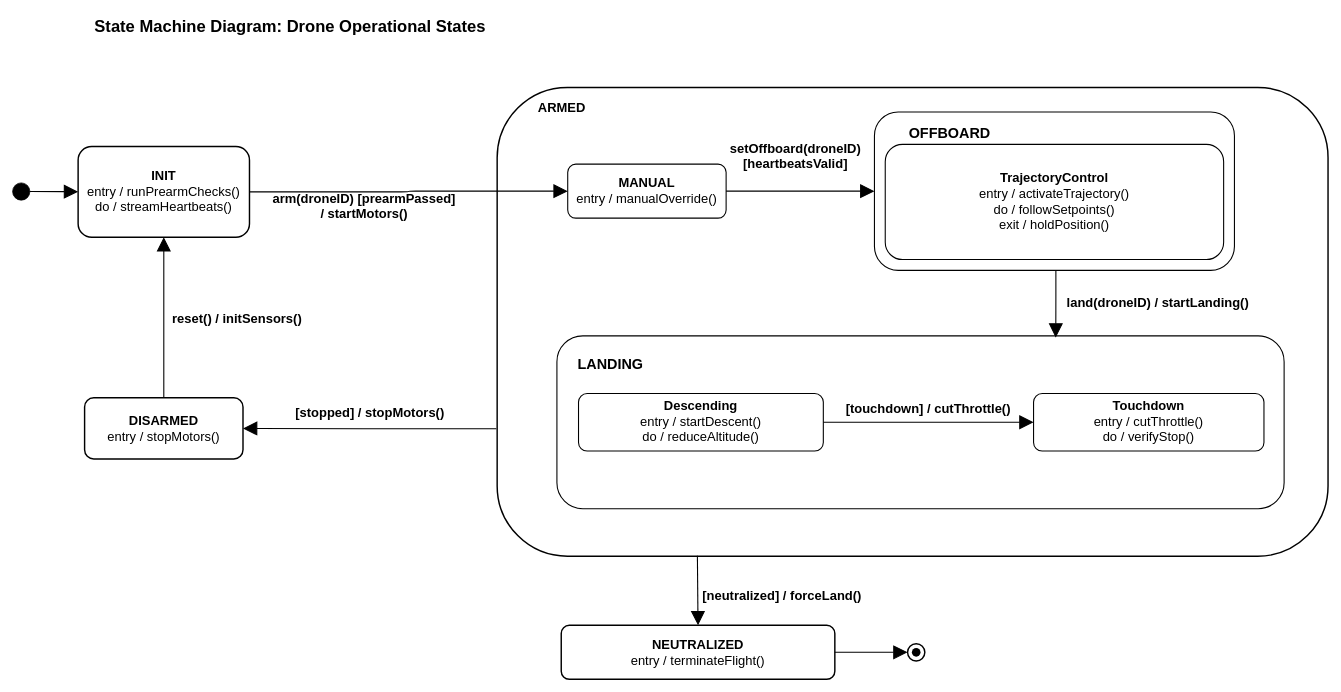
The draw.io diagram 19_state_drone.drawio in syedmohammad611/diagrams, before the edit. Source tidied: cells renumbered, new cells numbered last; positions are measured from the earlier drawing's top-left corner, leaving out a move shared by most shapes. Both pictures are drawn from the tidied source at 72%, with x=0, y=0 at pixel (12, 12).
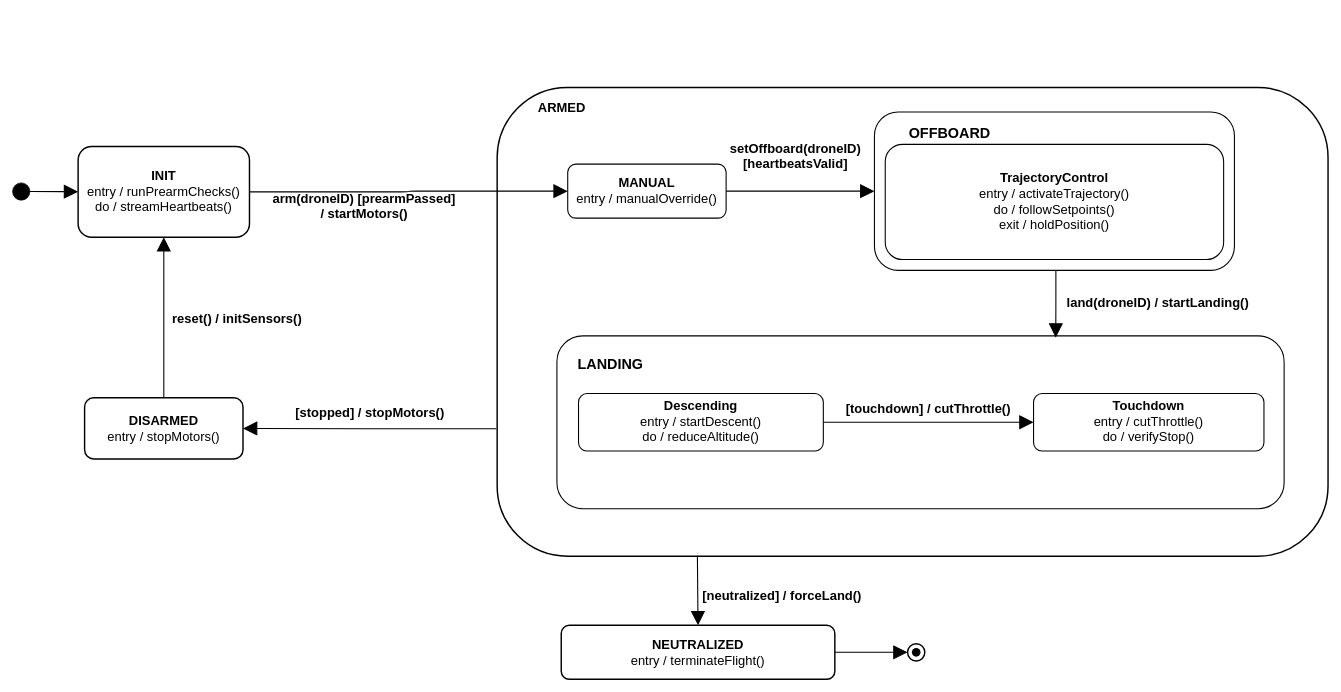
The same page after the edit.

Commit message (it also covers changes not shown here):
refactor: update state diagram layouts

Diff of the diagram source:
```diff
@@
-    <mxCell id="3" value="&lt;b&gt;&lt;font style=&quot;font-size: 23px;&quot;&gt;State Machine Diagram: Drone Operational States&lt;/font&gt;&lt;/b&gt;" style="text;html=1;fontFamily=Helvetica;fontColor=#000000;fontSize=18;fontStyle=1;fillColor=none;" parent="1" vertex="1">
-      <mxGeometry x="112" width="1100" height="35" as="geometry" />
-    </mxCell>
```
